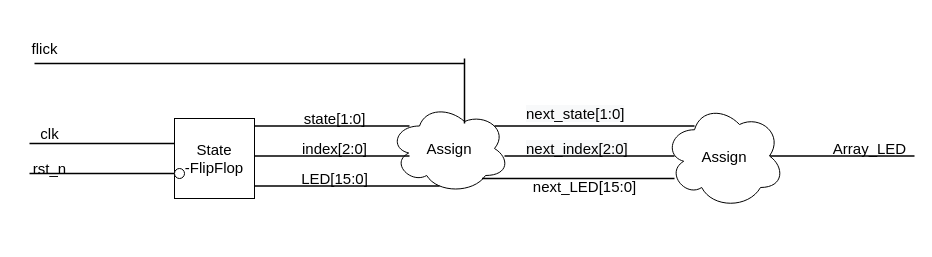
Above: Untitled Diagram.drawio in datdonguyen99/demoGit (draw.io), before the change. Source tidied: cells renumbered, new cells numbered last; positions are measured from the earlier drawing's top-left corner, leaving out a move shared by most shapes. Both pictures are drawn from the tidied source at 100%, with x=0, y=0 at pixel (24, 38).
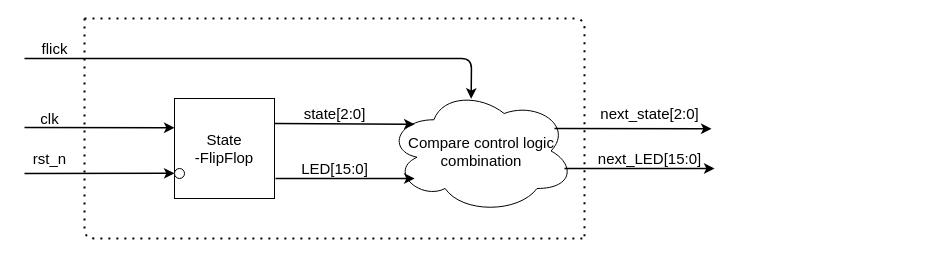
After the change.

Change to the diagram source:
```diff
@@
-    <mxCell id="2" value="&lt;font style=&quot;font-size: 15px&quot;&gt;Assign&lt;/font&gt;" style="ellipse;shape=cloud;whiteSpace=wrap;html=1;" parent="1" vertex="1">
-      <mxGeometry x="365" y="65" width="120" height="90" as="geometry" />
+    <mxCell id="2" value="&lt;font style=&quot;font-size: 15px&quot;&gt;Compare control logic combination&lt;/font&gt;" style="ellipse;shape=cloud;whiteSpace=wrap;html=1;" parent="1" vertex="1">
+      <mxGeometry x="362.5" y="50" width="187.5" height="125" as="geometry" />
     </mxCell>
     <mxCell id="3" value="&lt;font style=&quot;font-size: 15px&quot;&gt;State&lt;br&gt;-FlipFlop&lt;/font&gt;" style="whiteSpace=wrap;html=1;" parent="1" vertex="1">
-      <mxGeometry x="150" y="80" width="80" height="80" as="geometry" />
+      <mxGeometry x="150" y="60" width="100" height="100" as="geometry" />
     </mxCell>
-    <mxCell id="4" style="line;strokeWidth=1.5;html=1;" parent="1" vertex="1">
-      <mxGeometry x="10" y="20" width="430" height="10" as="geometry" />
-    </mxCell>
-    <mxCell id="5" style="line;strokeWidth=1.5;html=1;" parent="1" vertex="1">
-      <mxGeometry x="230" y="80" width="155" height="15" as="geometry" />
-    </mxCell>
     <mxCell id="6" value="&lt;font style=&quot;font-size: 15px&quot;&gt;flick&lt;/font&gt;" style="text;html=1;align=center;verticalAlign=middle;strokeColor=none;" parent="1" vertex="1">
-      <mxGeometry width="40" height="20" as="geometry" />
+      <mxGeometry x="10" width="40" height="20" as="geometry" />
     </mxCell>
     <mxCell id="7" value="&lt;font style=&quot;font-size: 15px&quot;&gt;rst_n&lt;/font&gt;" style="text;html=1;align=center;verticalAlign=middle;strokeColor=none;" parent="1" vertex="1">
-      <mxGeometry y="120" width="50" height="20" as="geometry" />
+      <mxGeometry y="110" width="50" height="20" as="geometry" />
     </mxCell>
-    <mxCell id="8" style="line;strokeWidth=1.5;html=1;" parent="1" vertex="1">
-      <mxGeometry x="5" y="130" width="145" height="10" as="geometry" />
-    </mxCell>
     <mxCell id="9" value="&lt;font style=&quot;font-size: 15px&quot;&gt;clk&lt;/font&gt;" style="text;html=1;align=center;verticalAlign=middle;strokeColor=none;" parent="1" vertex="1">
-      <mxGeometry x="10" y="85" width="30" height="20" as="geometry" />
+      <mxGeometry x="10" y="70" width="30" height="20" as="geometry" />
     </mxCell>
-    <mxCell id="10" style="line;strokeWidth=1.5;html=1;" parent="1" vertex="1">
-      <mxGeometry x="5" y="100" width="145" height="10" as="geometry" />
-    </mxCell>
-    <mxCell id="11" value="&lt;font style=&quot;font-size: 15px&quot;&gt;state[1:0]&lt;/font&gt;" style="text;html=1;align=center;verticalAlign=middle;strokeColor=none;" parent="1" vertex="1">
-      <mxGeometry x="270" y="70" width="80" height="20" as="geometry" />
+    <mxCell id="11" value="&lt;font style=&quot;font-size: 15px&quot;&gt;state[2:0]&lt;/font&gt;" style="text;html=1;align=center;verticalAlign=middle;strokeColor=none;" parent="1" vertex="1">
+      <mxGeometry x="270" y="65" width="80" height="20" as="geometry" />
     </mxCell>
-    <mxCell id="12" style="line;strokeWidth=1.5;html=1;" parent="1" vertex="1">
-      <mxGeometry x="230" y="110" width="155" height="15" as="geometry" />
-    </mxCell>
-    <mxCell id="13" value="&lt;font style=&quot;font-size: 15px&quot;&gt;index[2:0]&lt;/font&gt;" style="text;html=1;align=center;verticalAlign=middle;strokeColor=none;" parent="1" vertex="1">
-      <mxGeometry x="270" y="100" width="80" height="20" as="geometry" />
-    </mxCell>
-    <mxCell id="14" style="line;strokeWidth=1.5;html=1;" parent="1" vertex="1">
-      <mxGeometry x="230" y="140" width="185" height="15" as="geometry" />
-    </mxCell>
     <mxCell id="15" value="&lt;font style=&quot;font-size: 15px&quot;&gt;LED[15:0]&lt;/font&gt;" style="text;html=1;align=center;verticalAlign=middle;strokeColor=none;" parent="1" vertex="1">
-      <mxGeometry x="270" y="130" width="80" height="20" as="geometry" />
+      <mxGeometry x="270" y="120" width="80" height="20" as="geometry" />
     </mxCell>
-    <mxCell id="16" style="line;strokeWidth=1.5;direction=south;html=1;perimeter=backbonePerimeter;" parent="1" vertex="1">
-      <mxGeometry x="435" y="20" width="10" height="65" as="geometry" />
-    </mxCell>
-    <mxCell id="17" style="line;strokeWidth=1.5;html=1;" parent="1" vertex="1">
-      <mxGeometry x="730" y="112.5" width="160" height="10" as="geometry" />
-    </mxCell>
-    <mxCell id="18" value="&lt;font style=&quot;font-size: 15px&quot;&gt;Array_LED&lt;/font&gt;" style="text;html=1;align=center;verticalAlign=middle;strokeColor=none;" parent="1" vertex="1">
-      <mxGeometry x="800" y="100" width="90" height="20" as="geometry" />
-    </mxCell>
-    <mxCell id="19" value="&lt;font style=&quot;font-size: 15px&quot;&gt;Assign&lt;/font&gt;" style="ellipse;shape=cloud;whiteSpace=wrap;html=1;" parent="1" vertex="1">
-      <mxGeometry x="640" y="65" width="120" height="105" as="geometry" />
-    </mxCell>
-    <mxCell id="20" value="&lt;span style=&quot;color: rgb(0 , 0 , 0) ; font-family: &amp;#34;helvetica&amp;#34; ; font-size: 15px ; font-style: normal ; font-weight: 400 ; letter-spacing: normal ; text-align: center ; text-indent: 0px ; text-transform: none ; word-spacing: 0px ; background-color: rgb(248 , 249 , 250) ; display: inline ; float: none&quot;&gt;next_state[1:0]&lt;/span&gt;" style="text;whiteSpace=wrap;html=1;" parent="1" vertex="1">
-      <mxGeometry x="500" y="60" width="90" height="30" as="geometry" />
-    </mxCell>
-    <mxCell id="21" value="&lt;span style=&quot;color: rgb(0 , 0 , 0) ; font-family: &amp;#34;helvetica&amp;#34; ; font-size: 15px ; font-style: normal ; font-weight: 400 ; letter-spacing: normal ; text-align: center ; text-indent: 0px ; text-transform: none ; word-spacing: 0px ; background-color: rgb(248 , 249 , 250) ; display: inline ; float: none&quot;&gt;next_index[2:0]&lt;/span&gt;" style="text;whiteSpace=wrap;html=1;" parent="1" vertex="1">
-      <mxGeometry x="500" y="95" width="90" height="30" as="geometry" />
-    </mxCell>
+    <mxCell id="26" style="ellipse;whiteSpace=wrap;html=1;" parent="1" vertex="1">
+      <mxGeometry x="150" y="130" width="10" height="10" as="geometry" />
+    </mxCell>
+    <mxCell id="27" style="endArrow=classic;html=1;strokeWidth=1.5;entryX=0.147;entryY=0.72;entryDx=0;entryDy=0;entryPerimeter=0;" parent="1" edge="1" target="2">
+      <mxGeometry relative="1" as="geometry">
+        <mxPoint x="251" y="140" as="sourcePoint" />
+      </mxGeometry>
+    </mxCell>
+    <mxCell id="28" style="endArrow=classic;html=1;strokeWidth=1.5;entryX=0.147;entryY=0.286;entryDx=0;entryDy=0;entryPerimeter=0;exitX=1;exitY=0.25;exitDx=0;exitDy=0;" parent="1" edge="1" source="3" target="2">
+      <mxGeometry relative="1" as="geometry" />
+    </mxCell>
+    <mxCell id="29" style="endArrow=classic;html=1;strokeWidth=1.5;entryX=0.183;entryY=0.848;entryDx=0;entryDy=0;entryPerimeter=0;" parent="1" edge="1">
+      <mxGeometry relative="1" as="geometry">
+        <mxPoint y="89" as="sourcePoint" />
+        <mxPoint x="150" y="89.3" as="targetPoint" />
+      </mxGeometry>
+    </mxCell>
+    <mxCell id="30" style="endArrow=classic;html=1;strokeWidth=1.5;entryX=0.183;entryY=0.848;entryDx=0;entryDy=0;entryPerimeter=0;" parent="1" edge="1">
+      <mxGeometry relative="1" as="geometry">
+        <mxPoint y="135" as="sourcePoint" />
+        <mxPoint x="150" y="134.8" as="targetPoint" />
+      </mxGeometry>
+    </mxCell>
+    <mxCell id="31" style="endArrow=classic;html=1;strokeWidth=1.5;entryX=0.449;entryY=0.082;entryDx=0;entryDy=0;entryPerimeter=0;" parent="1" edge="1" target="2">
+      <mxGeometry relative="1" as="geometry">
+        <mxPoint y="20" as="sourcePoint" />
+        <Array as="points">
+          <mxPoint x="447" y="20" />
+        </Array>
+      </mxGeometry>
+    </mxCell>
+    <mxCell id="32" style="endArrow=classic;html=1;strokeWidth=1.5;entryX=0.183;entryY=0.848;entryDx=0;entryDy=0;entryPerimeter=0;" parent="1" edge="1">
+      <mxGeometry relative="1" as="geometry">
+        <mxPoint x="530" y="90" as="sourcePoint" />
+        <mxPoint x="687" y="90.3" as="targetPoint" />
+      </mxGeometry>
+    </mxCell>
     <mxCell id="22" value="&lt;font style=&quot;font-size: 15px&quot;&gt;next_LED[15:0]&lt;/font&gt;" style="text;html=1;align=center;verticalAlign=middle;strokeColor=none;" parent="1" vertex="1">
-      <mxGeometry x="500" y="137.5" width="120" height="20" as="geometry" />
+      <mxGeometry x="565" y="110" width="120" height="20" as="geometry" />
     </mxCell>
-    <mxCell id="23" style="line;strokeWidth=1.5;html=1;" parent="1" vertex="1">
-      <mxGeometry x="470" y="80" width="200" height="15" as="geometry" />
-    </mxCell>
-    <mxCell id="24" style="line;strokeWidth=1.5;html=1;" parent="1" vertex="1">
-      <mxGeometry x="480" y="110" width="170" height="15" as="geometry" />
-    </mxCell>
-    <mxCell id="25" style="line;strokeWidth=1.5;html=1;" parent="1" vertex="1">
-      <mxGeometry x="457.5" y="135" width="192.5" height="10" as="geometry" />
-    </mxCell>
-    <mxCell id="26" style="ellipse;whiteSpace=wrap;html=1;" parent="1" vertex="1">
-      <mxGeometry x="150" y="130" width="10" height="10" as="geometry" />
-    </mxCell>
+    <mxCell id="33" style="endArrow=classic;html=1;strokeWidth=1.5;" parent="1" edge="1">
+      <mxGeometry relative="1" as="geometry">
+        <mxPoint x="540" y="130" as="sourcePoint" />
+        <mxPoint x="690" y="130" as="targetPoint" />
+      </mxGeometry>
+    </mxCell>
+    <mxCell id="34" value="&lt;font style=&quot;font-size: 15px&quot;&gt;next_state[2:0]&lt;/font&gt;" style="text;html=1;align=center;verticalAlign=middle;strokeColor=none;" parent="1" vertex="1">
+      <mxGeometry x="570" y="65" width="110" height="20" as="geometry" />
+    </mxCell>
+    <mxCell id="35" style="endArrow=none;dashed=1;html=1;dashPattern=1 3;strokeWidth=2;" parent="1" edge="1">
+      <mxGeometry relative="1" as="geometry">
+        <mxPoint x="60" y="-20" as="sourcePoint" />
+        <mxPoint x="560" y="200" as="targetPoint" />
+        <Array as="points">
+          <mxPoint x="60" y="200" />
+        </Array>
+      </mxGeometry>
+    </mxCell>
+    <mxCell id="36" style="endArrow=none;dashed=1;html=1;dashPattern=1 3;strokeWidth=2;" parent="1" edge="1">
+      <mxGeometry relative="1" as="geometry">
+        <mxPoint x="60" y="-20" as="sourcePoint" />
+        <mxPoint x="560" y="200" as="targetPoint" />
+        <Array as="points">
+          <mxPoint x="560" y="-20" />
+        </Array>
+      </mxGeometry>
+    </mxCell>
```
